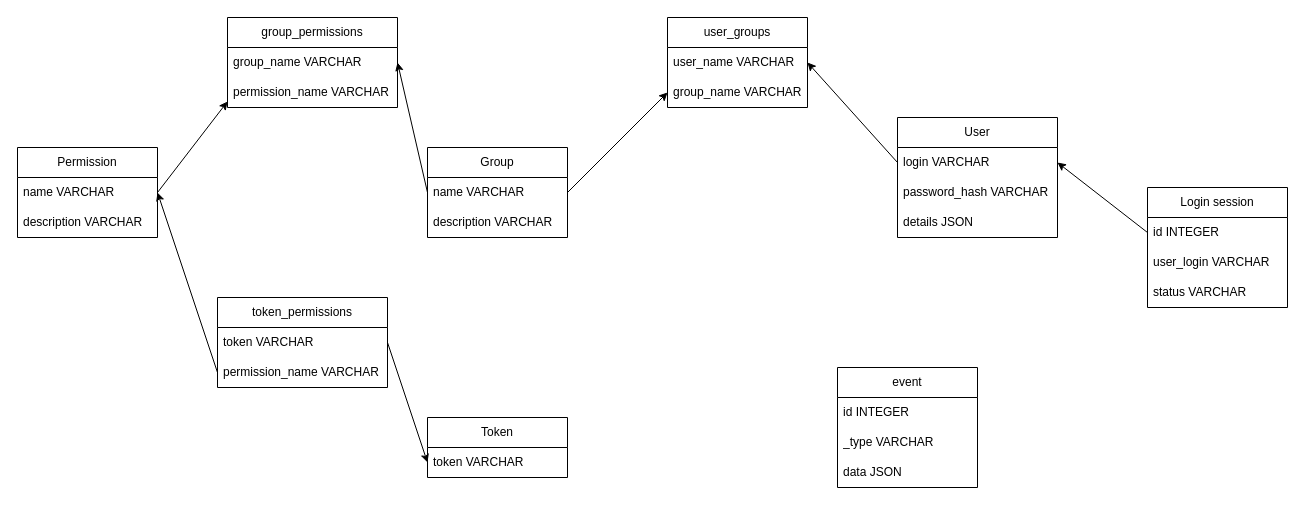
Baguuc/authoric keeps this draw.io diagram as docs/structure.drawio. Above is the earlier version. Source tidied: cells renumbered, new cells numbered last; positions are measured from the earlier drawing's top-left corner, leaving out a move shared by most shapes. Both pictures are drawn from the tidied source at 100%, with x=0, y=0 at pixel (17, 17).
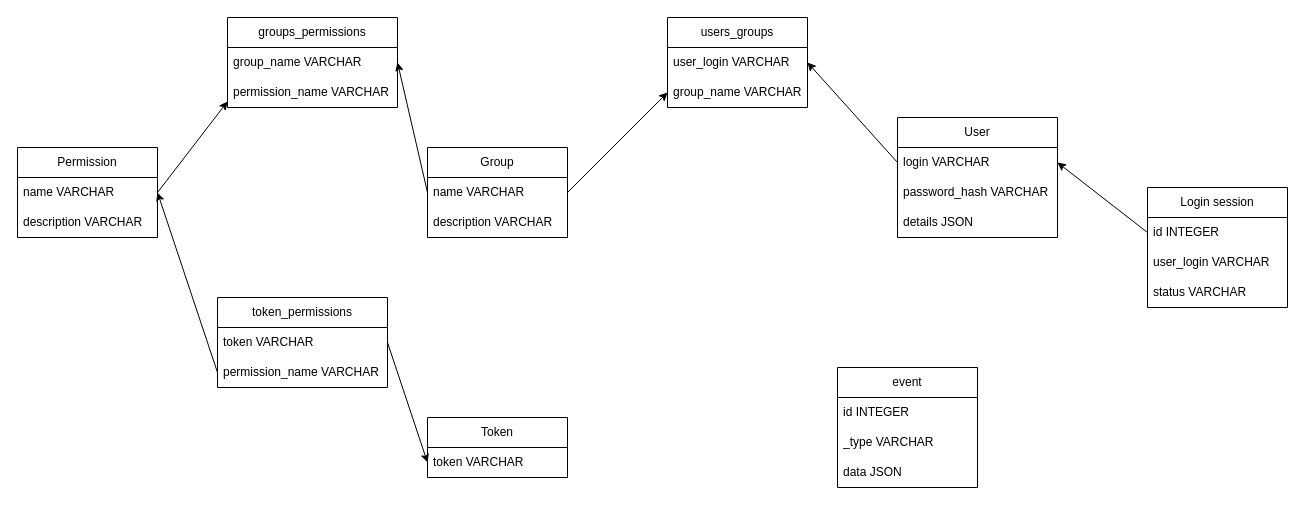
The same diagram, later.

Commit message (it also covers changes not shown here):
chord: added forgotten content

The edit, as a diff of the source:
```diff
@@
-    <mxCell id="8" value="group_permissions" style="swimlane;fontStyle=0;horizontal=1;startSize=30;whiteSpace=wrap;html=1;fillStyle=auto;" parent="1" vertex="1">
+    <mxCell id="8" value="groups_permissions" style="swimlane;fontStyle=0;horizontal=1;startSize=30;whiteSpace=wrap;html=1;fillStyle=auto;" parent="1" vertex="1">
       <mxGeometry x="210" width="170" height="90" as="geometry" />
     </mxCell>
@@
-    <mxCell id="16" value="user_groups" style="swimlane;fontStyle=0;horizontal=1;startSize=30;whiteSpace=wrap;html=1;fillStyle=auto;" parent="1" vertex="1">
+    <mxCell id="16" value="users_groups" style="swimlane;fontStyle=0;horizontal=1;startSize=30;whiteSpace=wrap;html=1;fillStyle=auto;" parent="1" vertex="1">
       <mxGeometry x="650" width="140" height="90" as="geometry" />
     </mxCell>
-    <mxCell id="17" value="user_name&amp;nbsp;VARCHAR" style="text;strokeColor=none;fillColor=none;align=left;verticalAlign=middle;spacingLeft=4;spacingRight=4;overflow=hidden;points=[[0,0.5],[1,0.5]];portConstraint=eastwest;whiteSpace=wrap;html=1;fillStyle=auto;" parent="16" vertex="1">
+    <mxCell id="17" value="user_login VARCHAR" style="text;strokeColor=none;fillColor=none;align=left;verticalAlign=middle;spacingLeft=4;spacingRight=4;overflow=hidden;points=[[0,0.5],[1,0.5]];portConstraint=eastwest;whiteSpace=wrap;html=1;fillStyle=auto;" parent="16" vertex="1">
       <mxGeometry y="30" width="140" height="30" as="geometry" />
     </mxCell>
```
